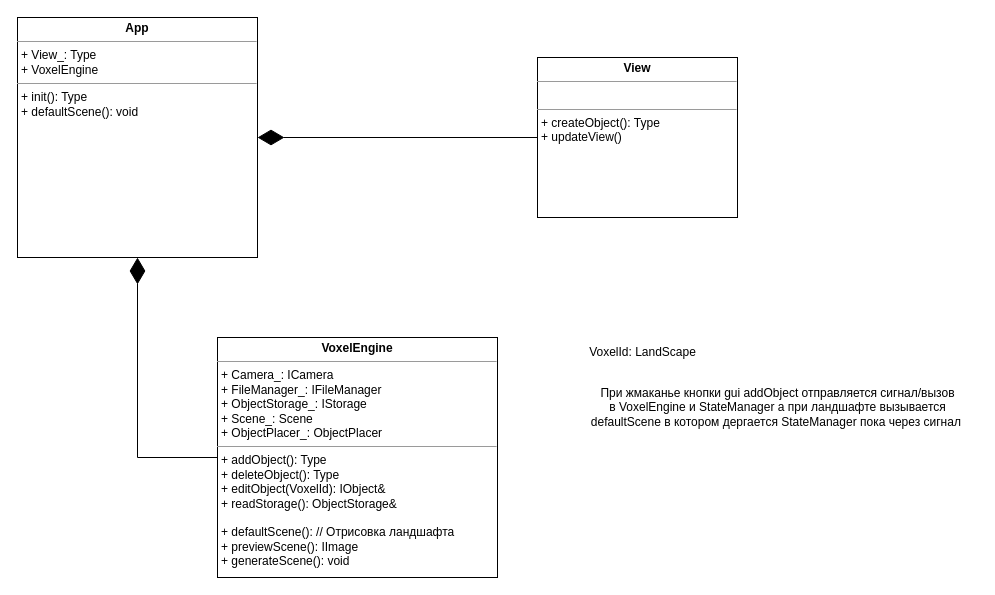
cpp-park-vk-education/2023_1_Blockify keeps this draw.io diagram as page "App" (4 of 4) of doc/VoxelEngine.drawio. Above is the earlier version. Source tidied: cells renumbered, new cells numbered last; positions are measured from the earlier drawing's top-left corner, leaving out a move shared by most shapes. Both pictures are drawn from the tidied source at 100%, with x=0, y=0 at pixel (17, 17).
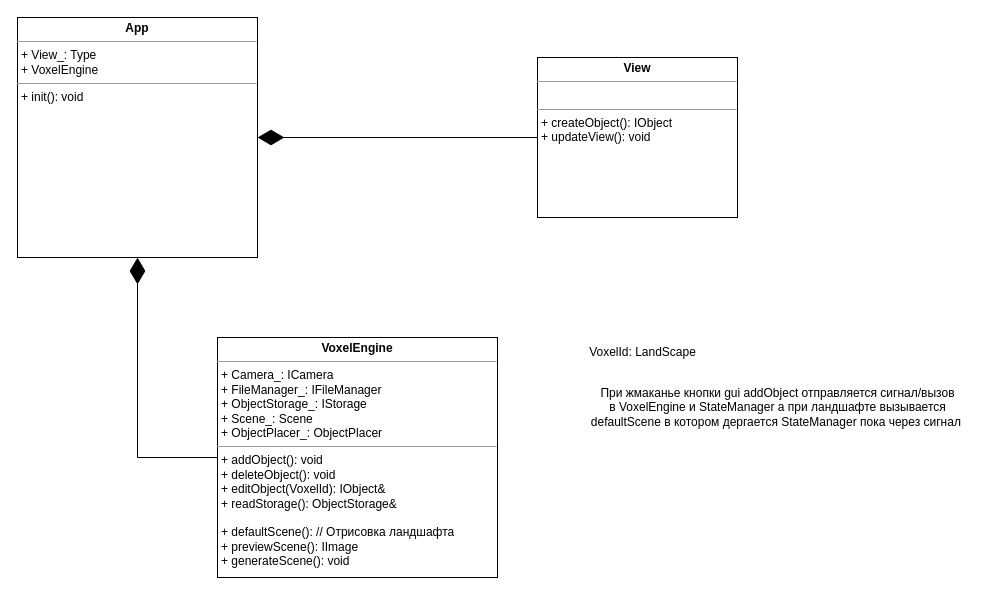
The same page after the edit.

Commit message (it also covers changes not shown here):
update view uml

What changed in the source:
```diff
@@
 <mxGraphModel>
   <root>
     <mxCell id="0" />
     <mxCell id="1" parent="0" />
-    <mxCell id="2" value="&lt;p style=&quot;margin:0px;margin-top:4px;text-align:center;&quot;&gt;&lt;b&gt;App&lt;/b&gt;&lt;/p&gt;&lt;hr size=&quot;1&quot;&gt;&lt;p style=&quot;margin:0px;margin-left:4px;&quot;&gt;+ View_: Type&lt;/p&gt;&lt;p style=&quot;margin:0px;margin-left:4px;&quot;&gt;+ VoxelEngine&lt;br&gt;&lt;/p&gt;&lt;hr size=&quot;1&quot;&gt;&lt;p style=&quot;margin:0px;margin-left:4px;&quot;&gt;+ init(): Type&lt;/p&gt;&lt;p style=&quot;margin:0px;margin-left:4px;&quot;&gt;+ defaultScene(): void&lt;/p&gt;" style="verticalAlign=top;align=left;overflow=fill;fontSize=12;fontFamily=Helvetica;html=1;" parent="1" vertex="1">
+    <mxCell id="2" value="&lt;p style=&quot;margin:0px;margin-top:4px;text-align:center;&quot;&gt;&lt;b&gt;App&lt;/b&gt;&lt;/p&gt;&lt;hr size=&quot;1&quot;&gt;&lt;p style=&quot;margin:0px;margin-left:4px;&quot;&gt;+ View_: Type&lt;/p&gt;&lt;p style=&quot;margin:0px;margin-left:4px;&quot;&gt;+ VoxelEngine&lt;br&gt;&lt;/p&gt;&lt;hr size=&quot;1&quot;&gt;&lt;p style=&quot;margin:0px;margin-left:4px;&quot;&gt;+ init(): void&lt;/p&gt;" style="verticalAlign=top;align=left;overflow=fill;fontSize=12;fontFamily=Helvetica;html=1;" parent="1" vertex="1">
       <mxGeometry width="240" height="240" as="geometry" />
     </mxCell>
-    <mxCell id="3" value="&lt;p style=&quot;margin:0px;margin-top:4px;text-align:center;&quot;&gt;&lt;b&gt;View&lt;/b&gt;&lt;/p&gt;&lt;hr size=&quot;1&quot;&gt;&lt;p style=&quot;margin:0px;margin-left:4px;&quot;&gt;&lt;br&gt;&lt;/p&gt;&lt;hr size=&quot;1&quot;&gt;&lt;p style=&quot;margin:0px;margin-left:4px;&quot;&gt;+ createObject(): Type&lt;/p&gt;&lt;p style=&quot;margin:0px;margin-left:4px;&quot;&gt;+ updateView()&lt;/p&gt;" style="verticalAlign=top;align=left;overflow=fill;fontSize=12;fontFamily=Helvetica;html=1;" parent="1" vertex="1">
+    <mxCell id="3" value="&lt;p style=&quot;margin:0px;margin-top:4px;text-align:center;&quot;&gt;&lt;b&gt;View&lt;/b&gt;&lt;/p&gt;&lt;hr size=&quot;1&quot;&gt;&lt;p style=&quot;margin:0px;margin-left:4px;&quot;&gt;&lt;br&gt;&lt;/p&gt;&lt;hr size=&quot;1&quot;&gt;&lt;p style=&quot;margin:0px;margin-left:4px;&quot;&gt;+ createObject(): IObject&lt;/p&gt;&lt;p style=&quot;margin:0px;margin-left:4px;&quot;&gt;+ updateView(): void&lt;/p&gt;" style="verticalAlign=top;align=left;overflow=fill;fontSize=12;fontFamily=Helvetica;html=1;" parent="1" vertex="1">
       <mxGeometry x="520" y="40" width="200" height="160" as="geometry" />
     </mxCell>
     <mxCell id="4" style="endArrow=diamondThin;endFill=1;endSize=24;html=1;rounded=0;exitX=0;exitY=0.5;exitDx=0;exitDy=0;entryX=1;entryY=0.5;entryDx=0;entryDy=0;edgeStyle=orthogonalEdgeStyle;" parent="1" edge="1" source="3" target="2">
       <mxGeometry relative="1" as="geometry" />
     </mxCell>
-    <mxCell id="5" value="&lt;p style=&quot;margin:0px;margin-top:4px;text-align:center;&quot;&gt;&lt;b&gt;VoxelEngine&lt;/b&gt;&lt;/p&gt;&lt;hr size=&quot;1&quot;&gt;&lt;p style=&quot;margin: 0px 0px 0px 4px;&quot;&gt;+ Camera_: ICamera&lt;/p&gt;&lt;p style=&quot;margin: 0px 0px 0px 4px;&quot;&gt;+ FileManager_: IFileManager&lt;/p&gt;&lt;p style=&quot;margin: 0px 0px 0px 4px;&quot;&gt;+ ObjectStorage_: IStorage&lt;/p&gt;&lt;p style=&quot;margin: 0px 0px 0px 4px;&quot;&gt;+ Scene_: Scene&lt;/p&gt;&lt;p style=&quot;margin: 0px 0px 0px 4px;&quot;&gt;+ ObjectPlacer_: ObjectPlacer&lt;/p&gt;&lt;hr size=&quot;1&quot;&gt;&lt;p style=&quot;margin:0px;margin-left:4px;&quot;&gt;+ addObject(): Type&lt;/p&gt;&lt;p style=&quot;margin:0px;margin-left:4px;&quot;&gt;+ deleteObject(): Type&lt;br&gt;&lt;/p&gt;&lt;p style=&quot;margin:0px;margin-left:4px;&quot;&gt;+ editObject(VoxelId): IObject&amp;amp;&lt;br&gt;&lt;/p&gt;&lt;p style=&quot;margin:0px;margin-left:4px;&quot;&gt;+ readStorage(): ObjectStorage&amp;amp;&lt;/p&gt;&lt;p style=&quot;margin:0px;margin-left:4px;&quot;&gt;&lt;br&gt;&lt;/p&gt;&lt;p style=&quot;margin:0px;margin-left:4px;&quot;&gt;+ defaultScene(): // Отрисовка ландшафта&lt;/p&gt;&lt;p style=&quot;margin:0px;margin-left:4px;&quot;&gt;+ previewScene(): IImage&lt;/p&gt;&lt;p style=&quot;margin:0px;margin-left:4px;&quot;&gt;+ generateScene(): void&lt;/p&gt;" style="verticalAlign=top;align=left;overflow=fill;fontSize=12;fontFamily=Helvetica;html=1;" parent="1" vertex="1">
+    <mxCell id="5" value="&lt;p style=&quot;margin:0px;margin-top:4px;text-align:center;&quot;&gt;&lt;b&gt;VoxelEngine&lt;/b&gt;&lt;/p&gt;&lt;hr size=&quot;1&quot;&gt;&lt;p style=&quot;margin: 0px 0px 0px 4px;&quot;&gt;+ Camera_: ICamera&lt;/p&gt;&lt;p style=&quot;margin: 0px 0px 0px 4px;&quot;&gt;+ FileManager_: IFileManager&lt;/p&gt;&lt;p style=&quot;margin: 0px 0px 0px 4px;&quot;&gt;+ ObjectStorage_: IStorage&lt;/p&gt;&lt;p style=&quot;margin: 0px 0px 0px 4px;&quot;&gt;+ Scene_: Scene&lt;/p&gt;&lt;p style=&quot;margin: 0px 0px 0px 4px;&quot;&gt;+ ObjectPlacer_: ObjectPlacer&lt;/p&gt;&lt;hr size=&quot;1&quot;&gt;&lt;p style=&quot;margin:0px;margin-left:4px;&quot;&gt;+ addObject(): void&lt;/p&gt;&lt;p style=&quot;margin:0px;margin-left:4px;&quot;&gt;+ deleteObject(): void&lt;br&gt;&lt;/p&gt;&lt;p style=&quot;margin:0px;margin-left:4px;&quot;&gt;+ editObject(VoxelId): IObject&amp;amp;&lt;br&gt;&lt;/p&gt;&lt;p style=&quot;margin:0px;margin-left:4px;&quot;&gt;+ readStorage(): ObjectStorage&amp;amp;&lt;/p&gt;&lt;p style=&quot;margin:0px;margin-left:4px;&quot;&gt;&lt;br&gt;&lt;/p&gt;&lt;p style=&quot;margin:0px;margin-left:4px;&quot;&gt;+ defaultScene(): // Отрисовка ландшафта&lt;/p&gt;&lt;p style=&quot;margin:0px;margin-left:4px;&quot;&gt;+ previewScene(): IImage&lt;/p&gt;&lt;p style=&quot;margin:0px;margin-left:4px;&quot;&gt;+ generateScene(): void&lt;/p&gt;" style="verticalAlign=top;align=left;overflow=fill;fontSize=12;fontFamily=Helvetica;html=1;" parent="1" vertex="1">
       <mxGeometry x="200" y="320" width="280" height="240" as="geometry" />
     </mxCell>
     <mxCell id="6" value="VoxelId: LandScape" style="text;html=1;align=center;verticalAlign=middle;strokeColor=none;fillColor=none;" parent="1" vertex="1">
       <mxGeometry x="560" y="320" width="130" height="30" as="geometry" />
     </mxCell>
     <mxCell id="7" value="При жмаканье кнопки gui addObject отправляется сигнал/вызов &lt;br&gt;в VoxelEngine и StateManager а при ландшафте вызывается &lt;br&gt;defaultScene в котором дергается StateManager пока через сигнал&amp;nbsp;" style="text;html=1;align=center;verticalAlign=middle;strokeColor=none;fillColor=none;" parent="1" vertex="1">
       <mxGeometry x="560" y="360" width="400" height="60" as="geometry" />
     </mxCell>
     <mxCell id="8" style="endArrow=diamondThin;endFill=1;endSize=24;html=1;rounded=0;entryX=0.5;entryY=1;entryDx=0;entryDy=0;exitX=0;exitY=0.5;exitDx=0;exitDy=0;edgeStyle=orthogonalEdgeStyle;" parent="1" edge="1" source="5" target="2">
       <mxGeometry relative="1" as="geometry" />
     </mxCell>
   </root>
 </mxGraphModel>
```
